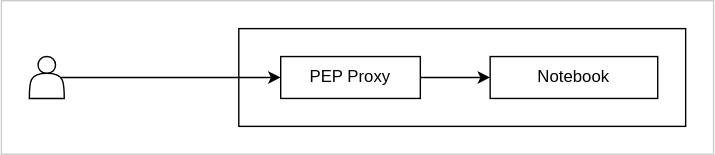
Earlier version of the draw.io export src/assets/modules/scheduling/pepproxy.drawio.svg (t9k/user-manuals). Source tidied: cells renumbered, new cells last; positions are measured from the earlier drawing's top-left corner, leaving out a move shared by most shapes.
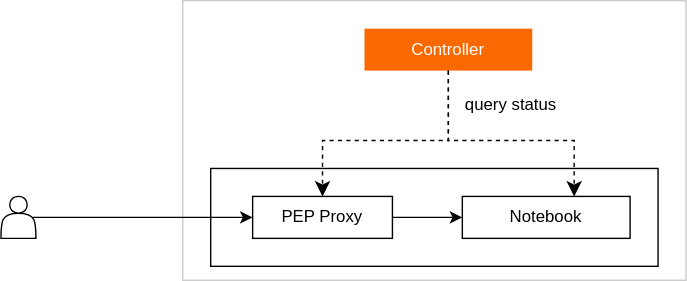
The same diagram one commit later.

Diff of the diagram source:
```diff
@@ -3,7 +3,7 @@
     <mxCell id="0" />
     <mxCell id="1" parent="0" />
     <mxCell id="2" style="rounded=0;whiteSpace=wrap;html=1;shadow=0;strokeColor=#CCCCCC;fontSize=8;fillColor=none;" parent="1" vertex="1">
-      <mxGeometry width="510" height="110" as="geometry" />
+      <mxGeometry x="150" y="-100" width="360" height="200" as="geometry" />
     </mxCell>
     <mxCell id="3" style="rounded=0;whiteSpace=wrap;html=1;fontSize=9;" parent="1" vertex="1">
       <mxGeometry x="170" y="20" width="320" height="70" as="geometry" />
@@ -23,5 +23,26 @@
     <mxCell id="8" value="&lt;font style=&quot;font-size: 12px;&quot;&gt;PEP Proxy&lt;/font&gt;" style="rounded=0;whiteSpace=wrap;html=1;fontSize=9;" parent="1" vertex="1">
       <mxGeometry x="200" y="40" width="100" height="30" as="geometry" />
     </mxCell>
+    <mxCell id="9" value="&lt;font color=&quot;#ffffff&quot;&gt;Controller&lt;/font&gt;" style="rounded=0;whiteSpace=wrap;html=1;fillColor=#fa6800;strokeColor=none;fontColor=#000000;" parent="1" vertex="1">
+      <mxGeometry x="280" y="-80" width="120" height="30" as="geometry" />
+    </mxCell>
+    <mxCell id="10" style="edgeStyle=elbowEdgeStyle;elbow=vertical;endArrow=classic;html=1;curved=0;rounded=0;endSize=8;startSize=8;exitX=0.5;exitY=1;exitDx=0;exitDy=0;entryX=0.5;entryY=0;entryDx=0;entryDy=0;dashed=1;" parent="1" edge="1" source="9" target="8">
+      <mxGeometry relative="1" as="geometry">
+        <Array as="points">
+          <mxPoint x="300" />
+        </Array>
+      </mxGeometry>
+    </mxCell>
+    <mxCell id="11" style="edgeStyle=elbowEdgeStyle;elbow=vertical;endArrow=classic;html=1;curved=0;rounded=0;endSize=8;startSize=8;exitX=0.5;exitY=1;exitDx=0;exitDy=0;dashed=1;" parent="1" edge="1" source="9">
+      <mxGeometry relative="1" as="geometry">
+        <mxPoint x="430" y="40" as="targetPoint" />
+        <Array as="points">
+          <mxPoint x="390" />
+        </Array>
+      </mxGeometry>
+    </mxCell>
+    <mxCell id="12" value="query status" style="text;html=1;strokeColor=none;fillColor=none;align=center;verticalAlign=middle;whiteSpace=wrap;rounded=0;" parent="1" vertex="1">
+      <mxGeometry x="340" y="-40" width="90" height="30" as="geometry" />
+    </mxCell>
   </root>
 </mxGraphModel>
```
